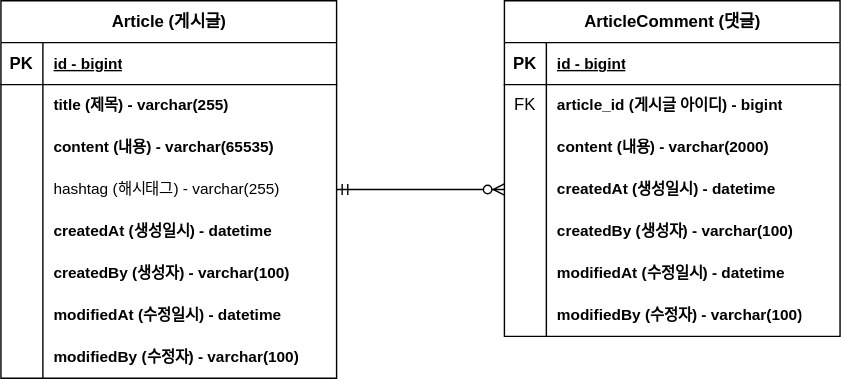
Earlier version of the draw.io export document/board-project-erd.svg (somang-lim/board-project). Source tidied: cells renumbered, new cells last; positions are measured from the earlier drawing's top-left corner, leaving out a move shared by most shapes.
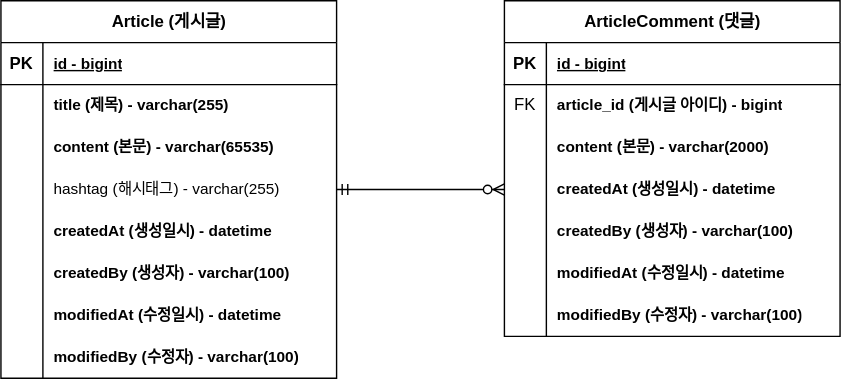
After the commit.

Commit message:
#9 - ERD 주석 업데이트 : board-project-erd.svg

What changed in the source:
```diff
@@ -29,7 +29,7 @@
     <mxCell id="10" style="shape=partialRectangle;fillColor=none;top=0;left=0;bottom=0;right=0;overflow=hidden;whiteSpace=wrap;html=1;" parent="9" vertex="1">
       <mxGeometry width="30" height="30" as="geometry" />
     </mxCell>
-    <mxCell id="11" value="content (내용) - varchar(65535)" style="shape=partialRectangle;fillColor=none;top=0;left=0;bottom=0;right=0;align=left;spacingLeft=6;overflow=hidden;whiteSpace=wrap;html=1;fontStyle=1;fontSize=11;" parent="9" vertex="1">
+    <mxCell id="11" value="content (본문) - varchar(65535)" style="shape=partialRectangle;fillColor=none;top=0;left=0;bottom=0;right=0;align=left;spacingLeft=6;overflow=hidden;whiteSpace=wrap;html=1;fontStyle=1;fontSize=11;" parent="9" vertex="1">
       <mxGeometry x="30" width="210" height="30" as="geometry" />
     </mxCell>
     <mxCell id="12" style="shape=tableRow;horizontal=0;startSize=0;swimlaneHead=0;swimlaneBody=0;fillColor=none;points=[[0,0.5],[1,0.5]];portConstraint=eastwest;top=0;left=0;right=0;bottom=0;" parent="2" vertex="1">
@@ -104,7 +104,7 @@
     <mxCell id="35" style="shape=partialRectangle;fillColor=none;top=0;left=0;bottom=0;right=0;overflow=hidden;whiteSpace=wrap;html=1;" parent="34" vertex="1">
       <mxGeometry width="30" height="30" as="geometry" />
     </mxCell>
-    <mxCell id="36" value="content (내용) - varchar(2000)" style="shape=partialRectangle;fillColor=none;top=0;left=0;bottom=0;right=0;align=left;spacingLeft=6;overflow=hidden;whiteSpace=wrap;html=1;fontStyle=1;fontSize=11;" parent="34" vertex="1">
+    <mxCell id="36" value="content (본문) - varchar(2000)" style="shape=partialRectangle;fillColor=none;top=0;left=0;bottom=0;right=0;align=left;spacingLeft=6;overflow=hidden;whiteSpace=wrap;html=1;fontStyle=1;fontSize=11;" parent="34" vertex="1">
       <mxGeometry x="30" width="210" height="30" as="geometry" />
     </mxCell>
     <mxCell id="37" style="shape=tableRow;horizontal=0;startSize=0;swimlaneHead=0;swimlaneBody=0;fillColor=none;points=[[0,0.5],[1,0.5]];portConstraint=eastwest;top=0;left=0;right=0;bottom=0;" parent="27" vertex="1">
```
